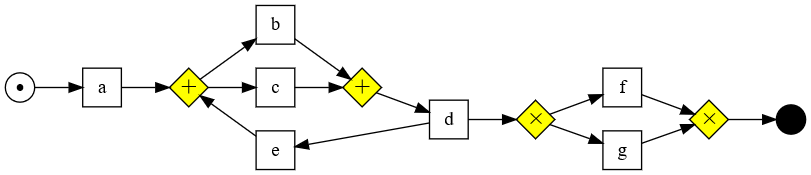
Above: PracaInzynierskaTex/Grammar-lop-example.png in psm8/automated-business-process-discovery (Graphviz), before the change. Its source is kept beside it as PracaInzynierskaTex/grammar-lop-example.gv. Its diagram source:
```dot
digraph G {
  rankdir=LR;
  subgraph place {
    node [shape=circle,fixedsize=true,label="",height=.3,width=.3];
    in [label="&bull;", fontsize=20];
    out [style=filled,fillcolor=black];
  }
  subgraph xorgate {
    node [shape=diamond,fixedsize=true,width=.4,height=.4,label=<&#x2715;>,fontsize=12,style=filled,fillcolor=yellow]
    x3; x4;
  }
  subgraph andgate {
    node [shape=diamond,fixedsize=true,width=.4,height=.4 label=<&#43;>,fontsize=20,style=filled,fillcolor=yellow]
    a1; a2;
  }
  subgraph optgate {
    node [shape=diamond,fixedsize=true,width=.4,height=.4,label=<&#9711;>,fontsize=12,style=filled,fillcolor=yellow]

  }
  subgraph transitions {
    node [shape=rect,height=0.4,width=.4];
    a; b; c; d; e; f; g;
  }
  subgraph skip {
    node [shape=rect,label="",height=0.4,width=.4,style=filled,fillcolor=black];

  }

  # align horizontally
  {edge [weight=1]; a;e}

  in->a->a1;
  a1->b->a2;
  a1->c->a2;
  a2->d->x3;
  d->e->a1
  x3->f->x4;
  x3->g->x4;
  x4->out;
  # align vertically
  {rank=same; b;c;e}
}
```
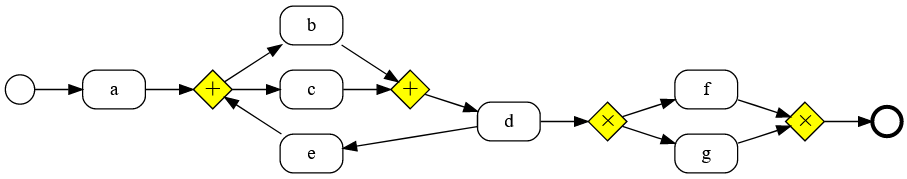
After the commit.

Diff of the diagram source:
```diff
@@ -2,8 +2,8 @@
   rankdir=LR;
   subgraph place {
     node [shape=circle,fixedsize=true,label="",height=.3,width=.3];
-    in [label="&bull;", fontsize=20];
-    out [style=filled,fillcolor=black];
+    in;
+    out[penwidth=3];
   }
   subgraph xorgate {
     node [shape=diamond,fixedsize=true,width=.4,height=.4,label=<&#x2715;>,fontsize=12,style=filled,fillcolor=yellow]
@@ -18,7 +18,7 @@
 
   }
   subgraph transitions {
-    node [shape=rect,height=0.4,width=.4];
+    node [shape=Mrecord,height=0.4,width=.65];
     a; b; c; d; e; f; g;
   }
   subgraph skip {
```
